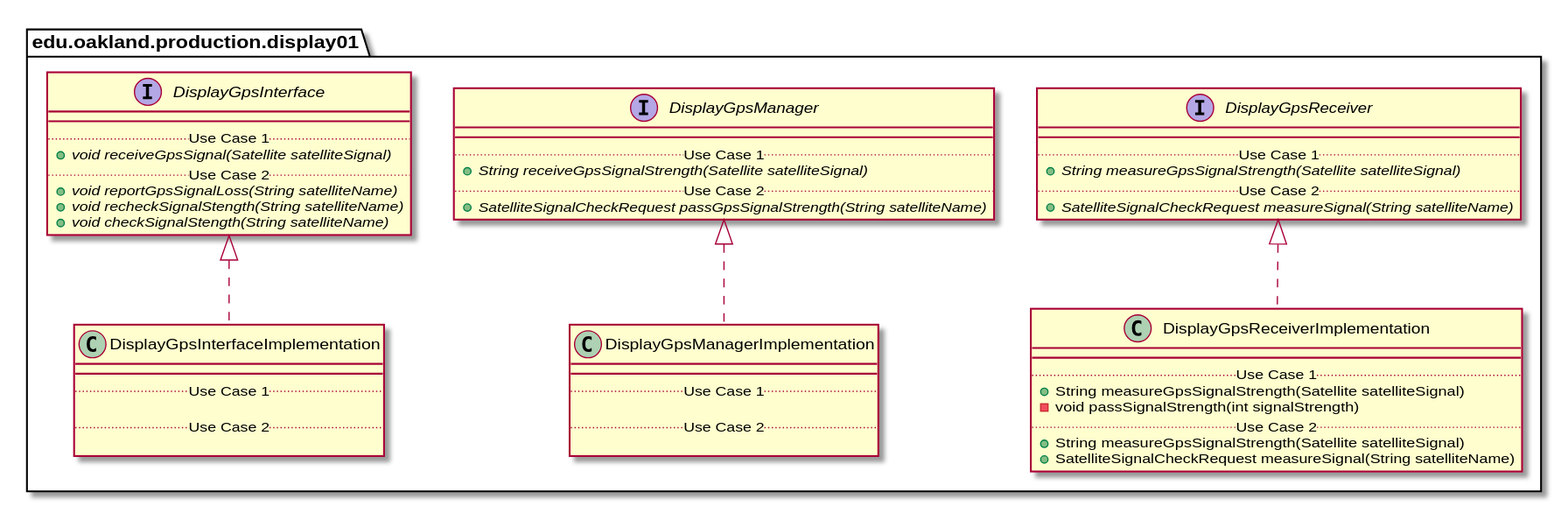
Before: docs/uml-class-diagrams/display01/production/Display01ProductionPackage_InternalDependencies.svg, a diagram exported from PlantUML (andrewdimmer/csi-3370-software-project).
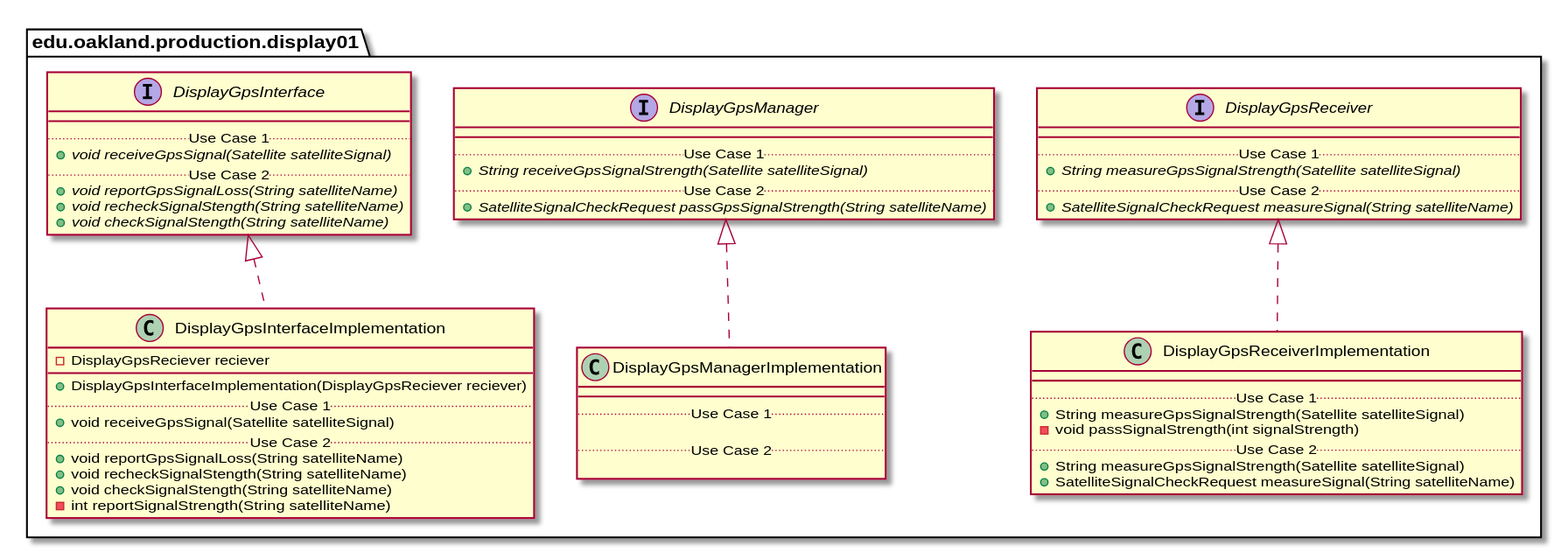
After the commit.

The edit, as a diff of the source:
```diff
@@ -1,179 +1,90 @@
 @startuml Display01ProductionPackage_InternalDependencies
+
+package edu.oakland.production.display01 {
+
+}
+
+
+package edu.oakland.production.display01 {
+    interface DisplayGpsInterface {
+        __
+        .. Use Case 1 ..
+        {abstract} + void receiveGpsSignal(Satellite satelliteSignal)
+        .. Use Case 2 ..
+        {abstract} + void reportGpsSignalLoss(String satelliteName)
+        {abstract} + void recheckSignalStength(String satelliteName)
+        {abstract} + void checkSignalStength(String satelliteName)
+    }
+}
+
+
+package edu.oakland.production.display01 {
+    interface DisplayGpsManager {
+        __
+        .. Use Case 1 ..
+        {abstract} + String receiveGpsSignalStrength(Satellite satelliteSignal)
+        .. Use Case 2 ..
+        {abstract} + SatelliteSignalCheckRequest passGpsSignalStrength(String satelliteName)
+    }
+}
+
+
+package edu.oakland.production.display01 {
+    interface DisplayGpsReceiver {
+        __
+        .. Use Case 1 ..
+        {abstract} + String measureGpsSignalStrength(Satellite satelliteSignal)
+        .. Use Case 2 ..
+        {abstract} + SatelliteSignalCheckRequest measureSignal(String satelliteName)
+    }
+}
 
 
 
 package edu.oakland.production.display01 {
-
-
-
+    class DisplayGpsInterfaceImplementation {
+        - DisplayGpsReciever reciever
+        __
+        + DisplayGpsInterfaceImplementation(DisplayGpsReciever reciever)
+        .. Use Case 1 ..
+        + void receiveGpsSignal(Satellite satelliteSignal)
+        .. Use Case 2 ..
+        + void reportGpsSignalLoss(String satelliteName)
+        + void recheckSignalStength(String satelliteName)
+        + void checkSignalStength(String satelliteName)
+        - int reportSignalStrength(String satelliteName)
+    }
 }
-
-
-
-
-
-package edu.oakland.production.display01 {
-
-    interface DisplayGpsInterface {
-
-        __
-
-        .. Use Case 1 ..
-
-        {abstract} + void receiveGpsSignal(Satellite satelliteSignal)
-
-        .. Use Case 2 ..
-
-        {abstract} + void reportGpsSignalLoss(String satelliteName)
-
-        {abstract} + void recheckSignalStength(String satelliteName)
-
-        {abstract} + void checkSignalStength(String satelliteName)
-
-    }
-
-}
-
-
-
-
-
-package edu.oakland.production.display01 {
-
-    interface DisplayGpsManager {
-
-        __
-
-        .. Use Case 1 ..
-
-        {abstract} + String receiveGpsSignalStrength(Satellite satelliteSignal)
-
-        .. Use Case 2 ..
-
-        {abstract} + SatelliteSignalCheckRequest passGpsSignalStrength(String satelliteName)
-
-    }
-
-}
-
-
-
-
-
-package edu.oakland.production.display01 {
-
-    interface DisplayGpsReceiver {
-
-        __
-
-        .. Use Case 1 ..
-
-        {abstract} + String measureGpsSignalStrength(Satellite satelliteSignal)
-
-        .. Use Case 2 ..
-
-        {abstract} + SatelliteSignalCheckRequest measureSignal(String satelliteName)
-
-    }
-
-}
-
-
-
-
-
-
-
-package edu.oakland.production.display01 {
-
-    class DisplayGpsInterfaceImplementation {
-
-        - DisplayGpsReciever reciever
-
-        __
-
-        + DisplayGpsInterfaceImplementation(DisplayGpsReciever reciever)
-
-        .. Use Case 1 ..
-
-        + void receiveGpsSignal(Satellite satelliteSignal)
-
-        .. Use Case 2 ..
-
-        + void reportGpsSignalLoss(String satelliteName)
-
-        + void recheckSignalStength(String satelliteName)
-
-        + void checkSignalStength(String satelliteName)
-
-        - int reportSignalStrength(String satelliteName)
-
-    }
-
-}
-
-
-
 
 
 DisplayGpsInterfaceImplementation .up.|> DisplayGpsInterface
 
-
-
 package edu.oakland.production.display01 {
-
     class DisplayGpsManagerImplementation {
-
         __
-
         .. Use Case 1 ..
-
-
 
         .. Use Case 2 ..
 
-
-
     }
-
 }
-
-
-
 
 
 DisplayGpsManagerImplementation .up.|> DisplayGpsManager
 
-
-
 package edu.oakland.production.display01 {
-
     class DisplayGpsReceiverImplementation {
-
         __
-
         .. Use Case 1 ..
-
         + String measureGpsSignalStrength(Satellite satelliteSignal)
-
         - void passSignalStrength(int signalStrength)
-
         .. Use Case 2 ..
-
         + String measureGpsSignalStrength(Satellite satelliteSignal)
-
         + SatelliteSignalCheckRequest measureSignal(String satelliteName)
-
     }
-
 }
-
-
-
 
 
 DisplayGpsReceiverImplementation .up.|> DisplayGpsReceiver
 
-
-
 @enduml
```
